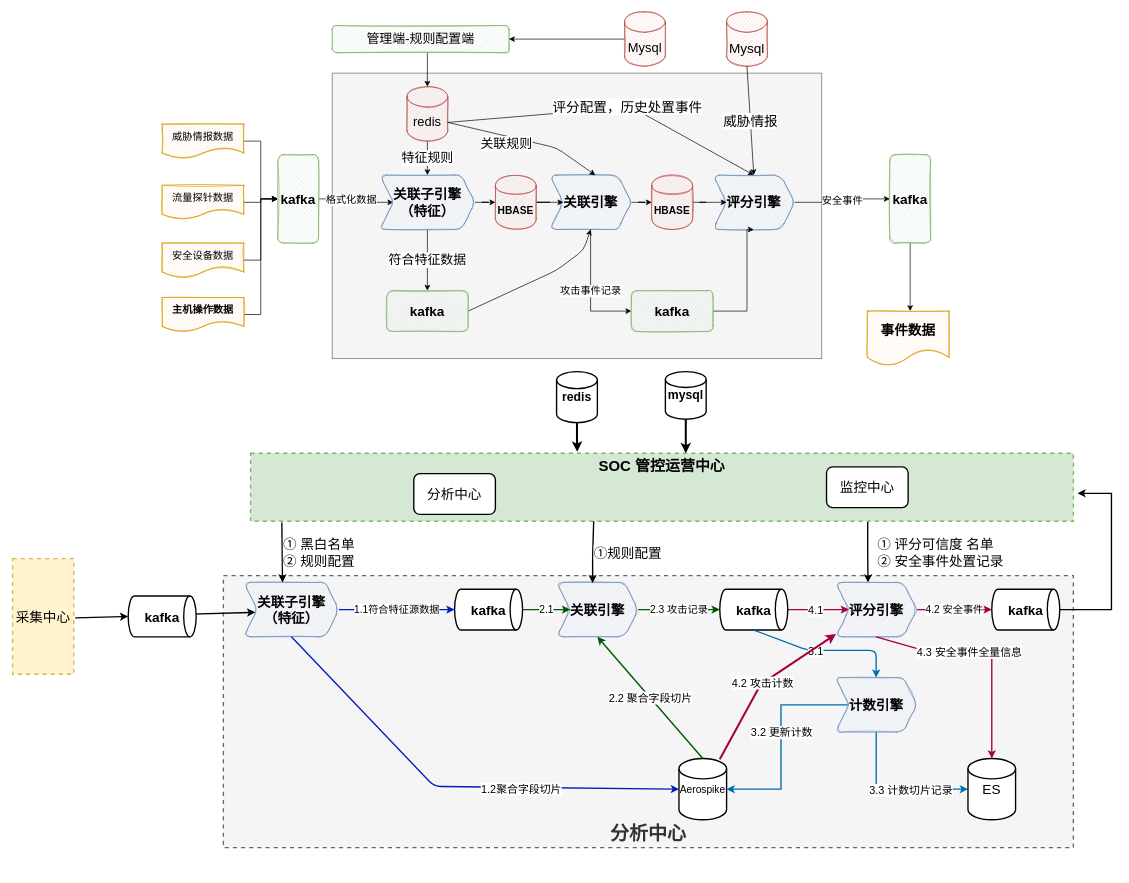
The draw.io diagram Untitled Diagram.drawio in liujianqun/draw, before the edit. Source tidied: cells renumbered, new cells numbered last; positions are measured from the earlier drawing's top-left corner, leaving out a move shared by most shapes. Both pictures are drawn from the tidied source at 68%, with x=0, y=0 at pixel (12, 12).
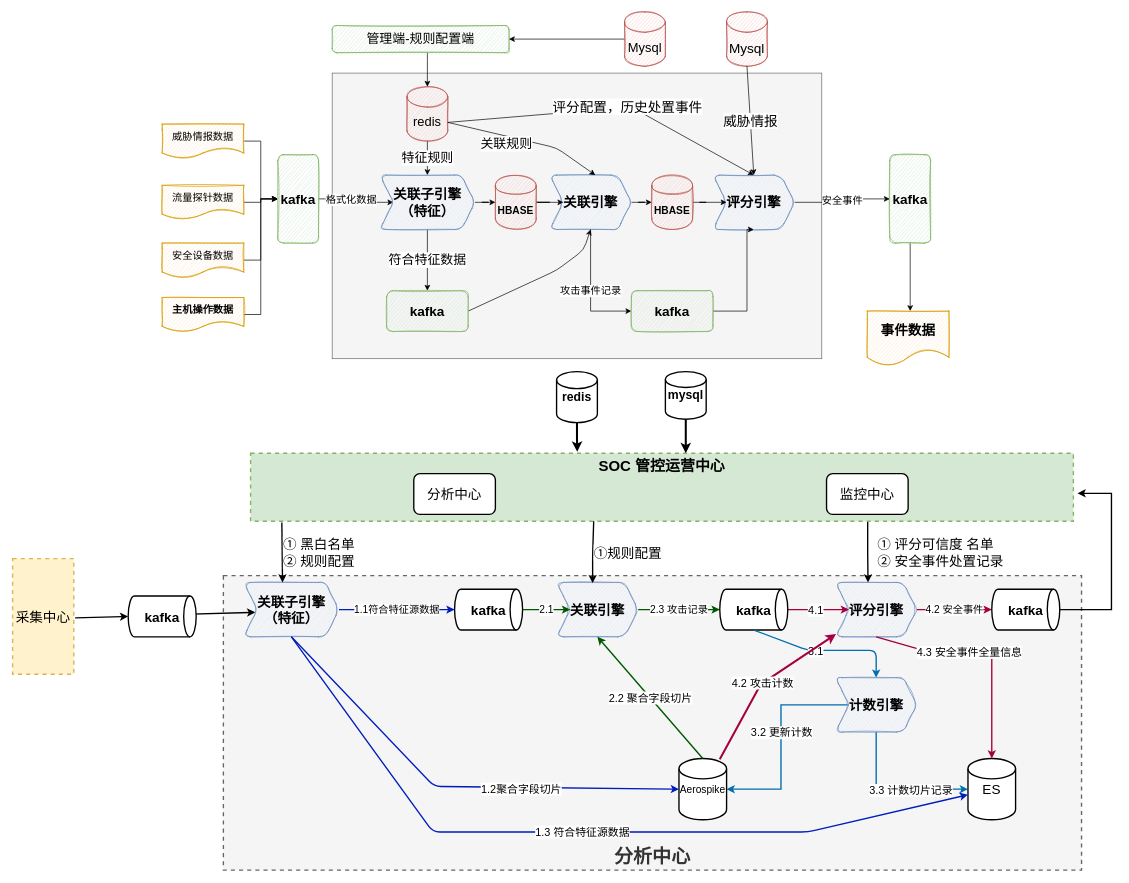
The same page after the edit.

Unchanged cells that the change refers to:
```xml
<mxCell id="50" value="关联子引擎（特征）" style="shape=step;perimeter=stepPerimeter;whiteSpace=wrap;html=1;fixedSize=1;rounded=1;strokeColor=#6c8ebf;fillColor=#dae8fc;sketch=1;fontSize=20;fontStyle=1;" parent="1" vertex="1">
  <mxGeometry x="340" y="839" width="140" height="80" as="geometry" />
</mxCell>
<mxCell id="65" value="ES" style="strokeWidth=2;html=1;shape=mxgraph.flowchart.database;whiteSpace=wrap;fontSize=20;" parent="1" vertex="1">
  <mxGeometry x="1405" y="1098" width="70" height="90" as="geometry" />
</mxCell>
```

What changed in the source:
```diff
@@
     <mxCell id="2" value="分析中心" style="rounded=0;whiteSpace=wrap;html=1;strokeWidth=2;fontSize=28;dashed=1;verticalAlign=bottom;fillColor=#f5f5f5;strokeColor=#666666;fontColor=#333333;fontStyle=1;" parent="1" vertex="1">
-      <mxGeometry x="310" y="829" width="1250" height="400" as="geometry" />
+      <mxGeometry x="310" y="829" width="1262" height="433" as="geometry" />
     </mxCell>
@@
     <mxCell id="82" value="监控中心" style="rounded=1;whiteSpace=wrap;html=1;strokeWidth=2;fontSize=20;" parent="1" vertex="1">
-      <mxGeometry x="1197" y="669" width="120" height="60" as="geometry" />
+      <mxGeometry x="1197" y="679" width="120" height="60" as="geometry" />
     </mxCell>
@@
+    <mxCell id="89" style="endArrow=classic;html=1;strokeWidth=2;fontSize=28;align=left;exitX=0.5;exitY=1;exitDx=0;exitDy=0;fillColor=#0050ef;strokeColor=#001DBC;" parent="1" edge="1" source="50" target="65">
+      <mxGeometry relative="1" as="geometry">
+        <Array as="points">
+          <mxPoint x="618" y="1206" />
+          <mxPoint x="1170" y="1206" />
+        </Array>
+      </mxGeometry>
+    </mxCell>
+    <mxCell id="90" value="1.3 符合特征源数据" style="edgeLabel;html=1;align=center;verticalAlign=middle;fontSize=16;" parent="89" vertex="1">
+      <mxGeometry y="1" relative="1" as="geometry" />
+    </mxCell>
```
